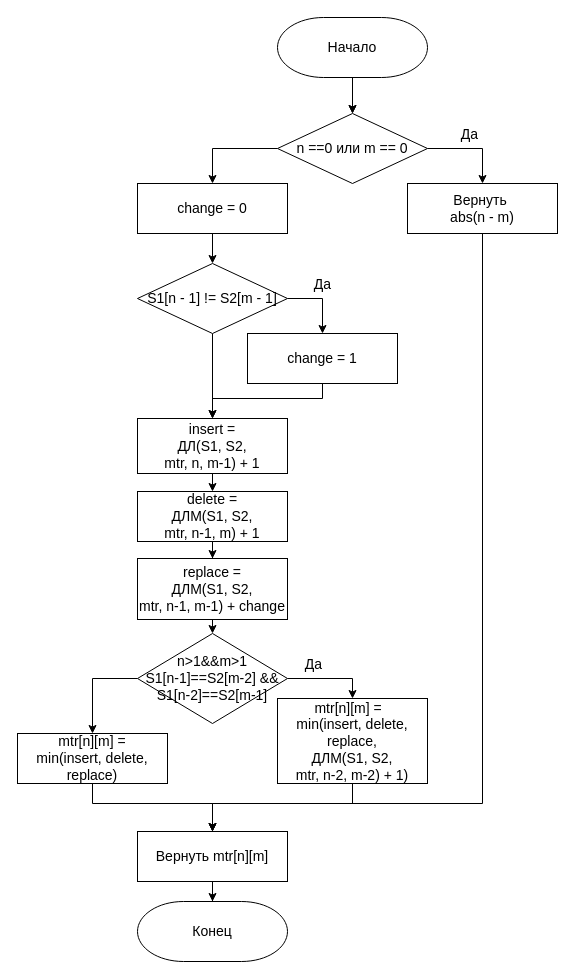
This is page "2" (4 of 5) of lab_01/docs/img/algoritms.drawio from Mansurow/bmstu-iu7-5sem-AA, a draw.io file, before an edit. Source tidied: cells renumbered, new cells numbered last; positions are measured from the earlier drawing's top-left corner, leaving out a move shared by most shapes. Both pictures are drawn from the tidied source at 100%, with x=0, y=0 at pixel (17, 17).
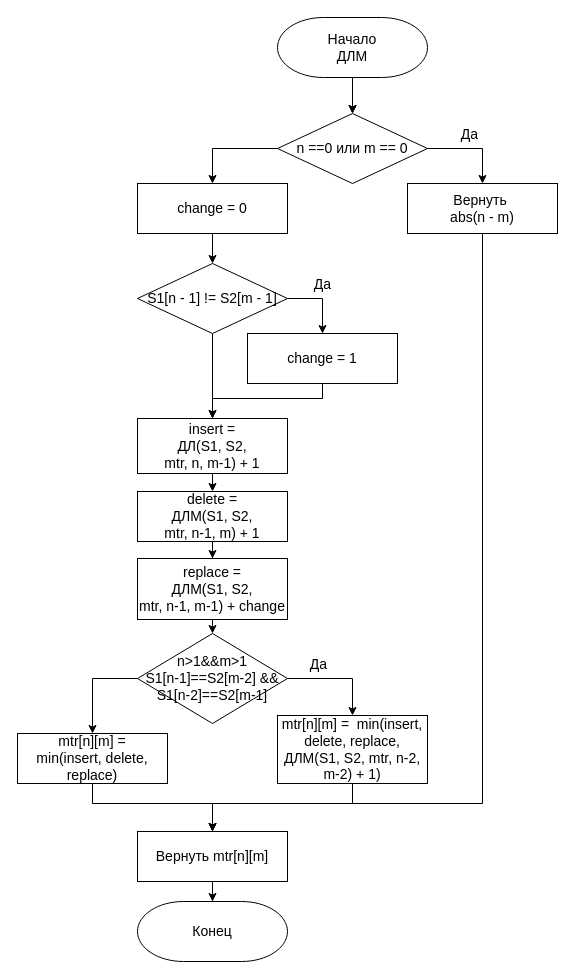
After the change.

Diff of the diagram source:
```diff
@@
-    <mxCell id="3" value="Начало" style="strokeWidth=1;html=1;shape=mxgraph.flowchart.terminator;whiteSpace=wrap;fontSize=14;" parent="1" vertex="1">
+    <mxCell id="3" value="Начало&lt;br&gt;ДЛМ" style="strokeWidth=1;html=1;shape=mxgraph.flowchart.terminator;whiteSpace=wrap;fontSize=14;" parent="1" vertex="1">
       <mxGeometry x="260" width="150" height="60" as="geometry" />
     </mxCell>
@@
-    <mxCell id="32" value="&lt;font style=&quot;font-size: 14px;&quot;&gt;mtr[n][m] =&amp;nbsp;&amp;nbsp;&lt;br style=&quot;font-size: 14px;&quot;&gt;min(insert, delete, replace,&lt;br style=&quot;font-size: 14px;&quot;&gt;ДЛМ(S1, S2, &lt;br&gt;mtr, n-2, m-2) + 1)&lt;/font&gt;" style="rounded=0;whiteSpace=wrap;html=1;absoluteArcSize=1;arcSize=14;strokeWidth=1;fontSize=14;" parent="1" vertex="1">
-      <mxGeometry x="260" y="681" width="150" height="85" as="geometry" />
+    <mxCell id="32" value="&lt;font style=&quot;font-size: 14px;&quot;&gt;mtr[n][m] =&amp;nbsp;&amp;nbsp;min(insert, delete, replace, ДЛМ(S1, S2, mtr, n-2, m-2) + 1)&lt;/font&gt;" style="rounded=0;whiteSpace=wrap;html=1;absoluteArcSize=1;arcSize=14;strokeWidth=1;fontSize=14;" parent="1" vertex="1">
+      <mxGeometry x="260" y="698" width="150" height="68" as="geometry" />
     </mxCell>
```
